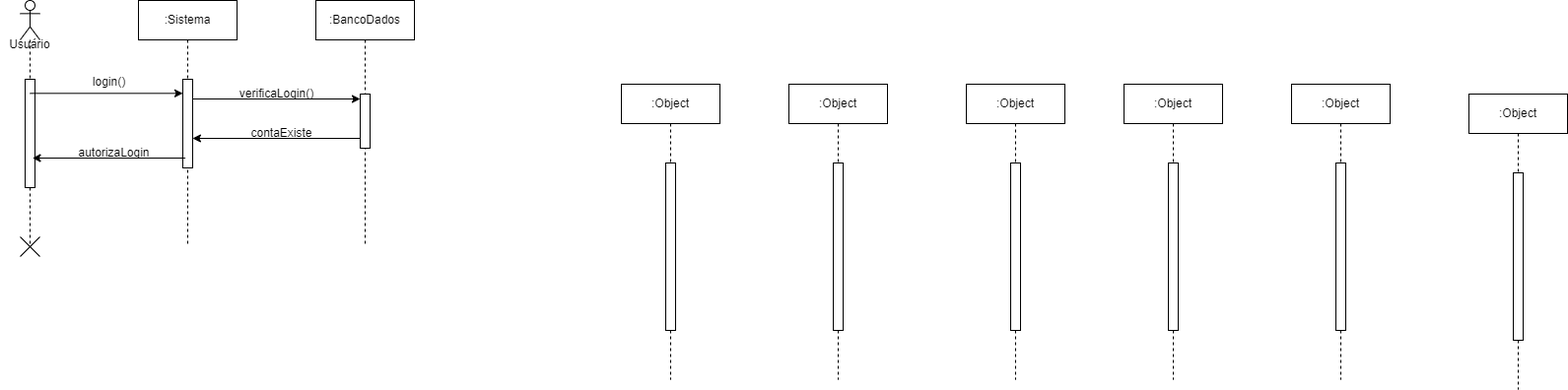
This is Diagrama_sequencia_logar.png from ThePlano/Projeto-CC5511---ENGENHARIA-DE-SOFTWARE, a draw.io export, as it was before one commit. Source tidied: cells renumbered, new cells last; positions are measured from the earlier drawing's top-left corner, leaving out a move shared by most shapes.
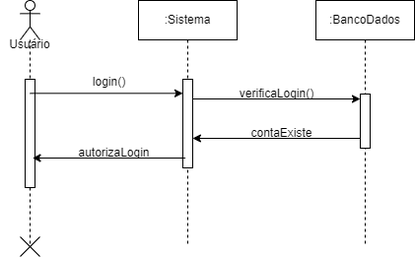
After the change.

Diff of the diagram source:
```diff
@@ -14,42 +14,6 @@
     <mxCell id="5" style="html=1;perimeter=orthogonalPerimeter;targetShapes=umlLifeline;newEdgeStyle={&quot;edgeStyle&quot;:&quot;elbowEdgeStyle&quot;,&quot;elbow&quot;:&quot;vertical&quot;,&quot;curved&quot;:0,&quot;rounded&quot;:0};" parent="4" vertex="1">
       <mxGeometry x="45" y="95" width="10" height="55" as="geometry" />
     </mxCell>
-    <mxCell id="6" value=":Object" style="shape=umlLifeline;perimeter=lifelinePerimeter;whiteSpace=wrap;html=1;newEdgeStyle={&quot;edgeStyle&quot;:&quot;elbowEdgeStyle&quot;,&quot;elbow&quot;:&quot;vertical&quot;,&quot;curved&quot;:0,&quot;rounded&quot;:0};" parent="1" vertex="1">
-      <mxGeometry x="630" y="85" width="100" height="300" as="geometry" />
-    </mxCell>
-    <mxCell id="7" style="html=1;perimeter=orthogonalPerimeter;targetShapes=umlLifeline;newEdgeStyle={&quot;edgeStyle&quot;:&quot;elbowEdgeStyle&quot;,&quot;elbow&quot;:&quot;vertical&quot;,&quot;curved&quot;:0,&quot;rounded&quot;:0};" parent="6" vertex="1">
-      <mxGeometry x="45" y="80" width="10" height="170" as="geometry" />
-    </mxCell>
-    <mxCell id="8" value=":Object" style="shape=umlLifeline;perimeter=lifelinePerimeter;whiteSpace=wrap;html=1;newEdgeStyle={&quot;edgeStyle&quot;:&quot;elbowEdgeStyle&quot;,&quot;elbow&quot;:&quot;vertical&quot;,&quot;curved&quot;:0,&quot;rounded&quot;:0};" parent="1" vertex="1">
-      <mxGeometry x="800" y="85" width="100" height="300" as="geometry" />
-    </mxCell>
-    <mxCell id="9" style="html=1;perimeter=orthogonalPerimeter;targetShapes=umlLifeline;newEdgeStyle={&quot;edgeStyle&quot;:&quot;elbowEdgeStyle&quot;,&quot;elbow&quot;:&quot;vertical&quot;,&quot;curved&quot;:0,&quot;rounded&quot;:0};" parent="8" vertex="1">
-      <mxGeometry x="45" y="80" width="10" height="170" as="geometry" />
-    </mxCell>
-    <mxCell id="10" value=":Object" style="shape=umlLifeline;perimeter=lifelinePerimeter;whiteSpace=wrap;html=1;newEdgeStyle={&quot;edgeStyle&quot;:&quot;elbowEdgeStyle&quot;,&quot;elbow&quot;:&quot;vertical&quot;,&quot;curved&quot;:0,&quot;rounded&quot;:0};" parent="1" vertex="1">
-      <mxGeometry x="980" y="85" width="100" height="300" as="geometry" />
-    </mxCell>
-    <mxCell id="11" style="html=1;perimeter=orthogonalPerimeter;targetShapes=umlLifeline;newEdgeStyle={&quot;edgeStyle&quot;:&quot;elbowEdgeStyle&quot;,&quot;elbow&quot;:&quot;vertical&quot;,&quot;curved&quot;:0,&quot;rounded&quot;:0};" parent="10" vertex="1">
-      <mxGeometry x="45" y="80" width="10" height="170" as="geometry" />
-    </mxCell>
-    <mxCell id="12" value=":Object" style="shape=umlLifeline;perimeter=lifelinePerimeter;whiteSpace=wrap;html=1;newEdgeStyle={&quot;edgeStyle&quot;:&quot;elbowEdgeStyle&quot;,&quot;elbow&quot;:&quot;vertical&quot;,&quot;curved&quot;:0,&quot;rounded&quot;:0};" parent="1" vertex="1">
-      <mxGeometry x="1140" y="85" width="100" height="300" as="geometry" />
-    </mxCell>
-    <mxCell id="13" style="html=1;perimeter=orthogonalPerimeter;targetShapes=umlLifeline;newEdgeStyle={&quot;edgeStyle&quot;:&quot;elbowEdgeStyle&quot;,&quot;elbow&quot;:&quot;vertical&quot;,&quot;curved&quot;:0,&quot;rounded&quot;:0};" parent="12" vertex="1">
-      <mxGeometry x="45" y="80" width="10" height="170" as="geometry" />
-    </mxCell>
-    <mxCell id="14" value=":Object" style="shape=umlLifeline;perimeter=lifelinePerimeter;whiteSpace=wrap;html=1;newEdgeStyle={&quot;edgeStyle&quot;:&quot;elbowEdgeStyle&quot;,&quot;elbow&quot;:&quot;vertical&quot;,&quot;curved&quot;:0,&quot;rounded&quot;:0};" parent="1" vertex="1">
-      <mxGeometry x="1310" y="85" width="100" height="300" as="geometry" />
-    </mxCell>
-    <mxCell id="15" style="html=1;perimeter=orthogonalPerimeter;targetShapes=umlLifeline;newEdgeStyle={&quot;edgeStyle&quot;:&quot;elbowEdgeStyle&quot;,&quot;elbow&quot;:&quot;vertical&quot;,&quot;curved&quot;:0,&quot;rounded&quot;:0};" parent="14" vertex="1">
-      <mxGeometry x="45" y="80" width="10" height="170" as="geometry" />
-    </mxCell>
-    <mxCell id="16" value=":Object" style="shape=umlLifeline;perimeter=lifelinePerimeter;whiteSpace=wrap;html=1;newEdgeStyle={&quot;edgeStyle&quot;:&quot;elbowEdgeStyle&quot;,&quot;elbow&quot;:&quot;vertical&quot;,&quot;curved&quot;:0,&quot;rounded&quot;:0};" parent="1" vertex="1">
-      <mxGeometry x="1490" y="95" width="100" height="300" as="geometry" />
-    </mxCell>
-    <mxCell id="17" style="html=1;perimeter=orthogonalPerimeter;targetShapes=umlLifeline;newEdgeStyle={&quot;edgeStyle&quot;:&quot;elbowEdgeStyle&quot;,&quot;elbow&quot;:&quot;vertical&quot;,&quot;curved&quot;:0,&quot;rounded&quot;:0};" parent="16" vertex="1">
-      <mxGeometry x="45" y="80" width="10" height="170" as="geometry" />
-    </mxCell>
     <mxCell id="18" style="shape=umlLifeline;perimeter=lifelinePerimeter;whiteSpace=wrap;html=1;newEdgeStyle={&quot;curved&quot;:0,&quot;rounded&quot;:0};participant=umlActor;fontStyle=4;size=40;" parent="1" vertex="1">
       <mxGeometry x="20" width="20" height="250" as="geometry" />
     </mxCell>
```
